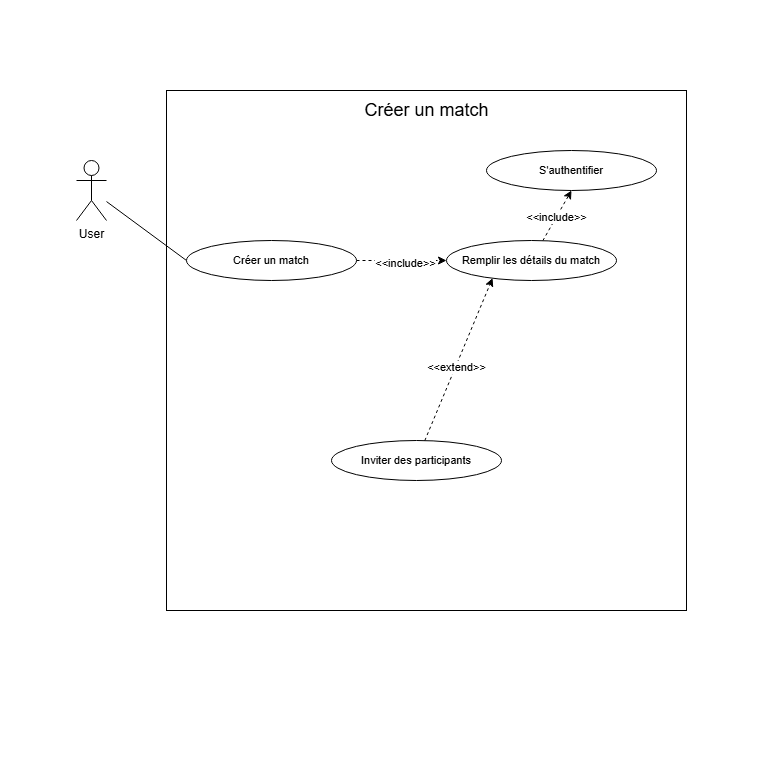
The draw.io diagram Diagram use case Créer un match.drawio.png in Mathistrg/Styx, before a commit. Source tidied: cells renumbered, new cells last; positions are measured from the earlier drawing's top-left corner, leaving out a move shared by most shapes.
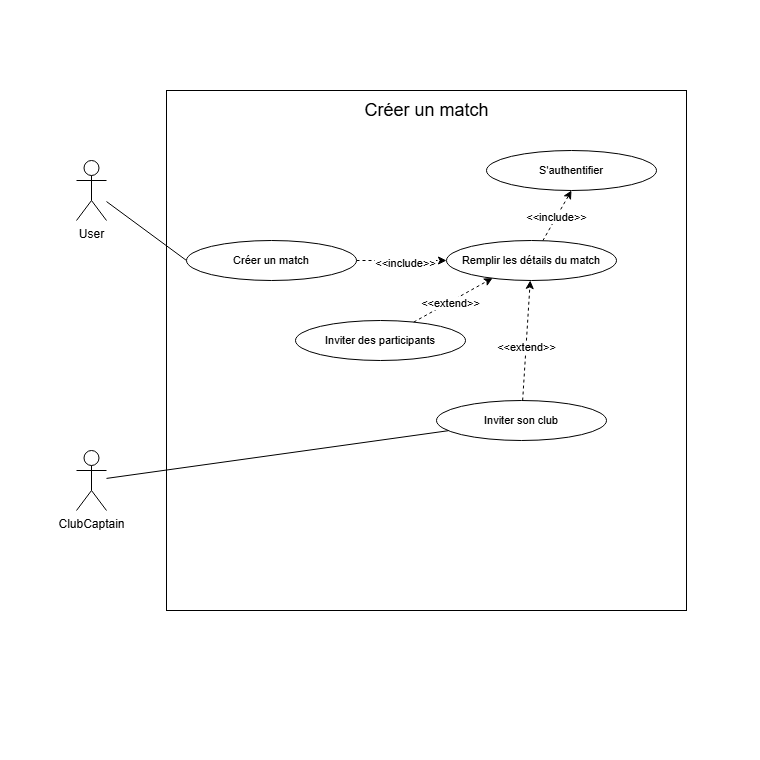
After the commit.

Commit message:
Mettre à jour Diagram use case Créer un match.drawio.png

What changed in the source:
```diff
@@ -39,7 +39,7 @@
       <mxGeometry x="446" y="240" width="170" height="40" as="geometry" />
     </mxCell>
     <mxCell id="14" value="Inviter des participants" style="ellipse;whiteSpace=wrap;html=1;fontFamily=Helvetica;fontSize=11;fontColor=default;labelBackgroundColor=default;" parent="1" vertex="1">
-      <mxGeometry x="331" y="440" width="170" height="40" as="geometry" />
+      <mxGeometry x="295" y="320" width="170" height="40" as="geometry" />
     </mxCell>
     <mxCell id="15" style="edgeStyle=none;shape=connector;rounded=0;jettySize=auto;html=1;entryX=0.271;entryY=0.94;entryDx=0;entryDy=0;entryPerimeter=0;dashed=1;strokeColor=default;align=center;verticalAlign=middle;fontFamily=Helvetica;fontSize=11;fontColor=default;labelBackgroundColor=default;endArrow=classic;endFill=1;" parent="1" edge="1" source="14" target="13">
       <mxGeometry relative="1" as="geometry" />
@@ -49,5 +49,22 @@
         <mxPoint y="1" as="offset" />
       </mxGeometry>
     </mxCell>
+    <mxCell id="17" value="ClubCaptain" style="shape=umlActor;verticalLabelPosition=bottom;verticalAlign=top;html=1;outlineConnect=0;" parent="1" vertex="1">
+      <mxGeometry x="76" y="450" width="30" height="60" as="geometry" />
+    </mxCell>
+    <mxCell id="18" value="Inviter son club" style="ellipse;whiteSpace=wrap;html=1;fontFamily=Helvetica;fontSize=11;fontColor=default;labelBackgroundColor=default;" parent="1" vertex="1">
+      <mxGeometry x="436" y="400" width="170" height="40" as="geometry" />
+    </mxCell>
+    <mxCell id="19" style="edgeStyle=none;shape=connector;rounded=0;jettySize=auto;html=1;strokeColor=default;align=center;verticalAlign=middle;fontFamily=Helvetica;fontSize=11;fontColor=default;labelBackgroundColor=default;endArrow=none;endFill=0;" parent="1" edge="1" source="17" target="18">
+      <mxGeometry relative="1" as="geometry" />
+    </mxCell>
+    <mxCell id="20" style="edgeStyle=none;shape=connector;rounded=0;jettySize=auto;html=1;dashed=1;strokeColor=default;align=center;verticalAlign=middle;fontFamily=Helvetica;fontSize=11;fontColor=default;labelBackgroundColor=default;endArrow=classic;endFill=1;" parent="1" edge="1" source="18" target="13">
+      <mxGeometry relative="1" as="geometry" />
+    </mxCell>
+    <mxCell id="21" value="&amp;lt;&amp;lt;extend&amp;gt;&amp;gt;" style="edgeLabel;html=1;align=center;verticalAlign=middle;fontFamily=Helvetica;fontSize=11;fontColor=default;labelBackgroundColor=default;" parent="20" vertex="1">
+      <mxGeometry x="-0.08" relative="1" as="geometry">
+        <mxPoint y="1" as="offset" />
+      </mxGeometry>
+    </mxCell>
   </root>
 </mxGraphModel>
```
